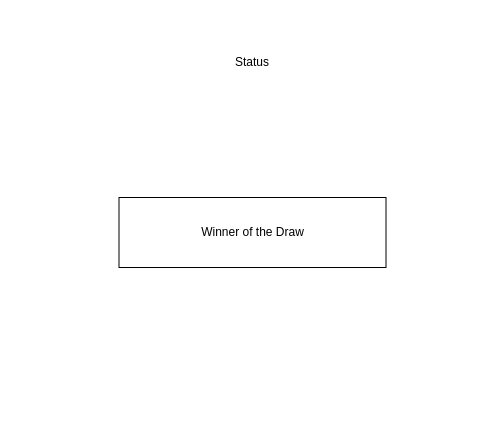
The draw.io diagram page "Duel" (2 of 3) of diagram.drawio in guilherme-messias/batalha-de-bots, before the edit. Source tidied: cells renumbered, new cells numbered last; positions are measured from the earlier drawing's top-left corner, leaving out a move shared by most shapes. Both pictures are drawn from the tidied source at 100%, with x=0, y=0 at pixel (118, 17).
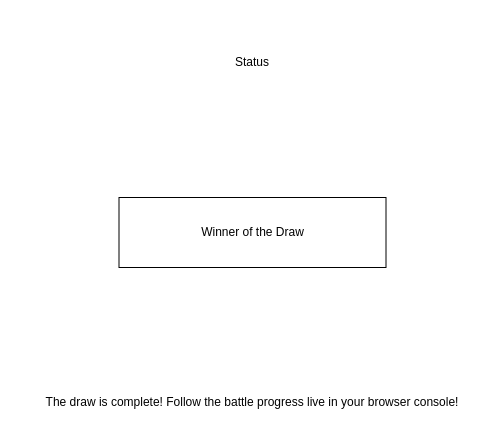
The same diagram, later.

Commit message:
atualiza diagrama para incluir mensagem de progresso da batalha e ajusta a estrutura do modelo

What changed in the source:
```diff
@@
 <mxGraphModel>
   <root>
     <mxCell id="0" />
     <mxCell id="1" parent="0" />
     <mxCell id="2" value="Status" style="text;html=1;strokeColor=none;fillColor=none;align=center;verticalAlign=middle;whiteSpace=wrap;rounded=0;" parent="1" vertex="1">
       <mxGeometry x="51" width="166" height="90" as="geometry" />
     </mxCell>
     <mxCell id="3" value="Winner of the Draw" style="rounded=0;whiteSpace=wrap;html=1;" parent="1" vertex="1">
       <mxGeometry x="0.5" y="180" width="267" height="70" as="geometry" />
     </mxCell>
+    <mxCell id="4" value="The draw is complete! Follow the battle progress live in your browser console!" style="text;html=1;strokeColor=none;fillColor=none;align=center;verticalAlign=middle;whiteSpace=wrap;rounded=0;" parent="1" vertex="1">
+      <mxGeometry x="-101" y="360" width="470" height="50" as="geometry" />
+    </mxCell>
   </root>
 </mxGraphModel>
```
